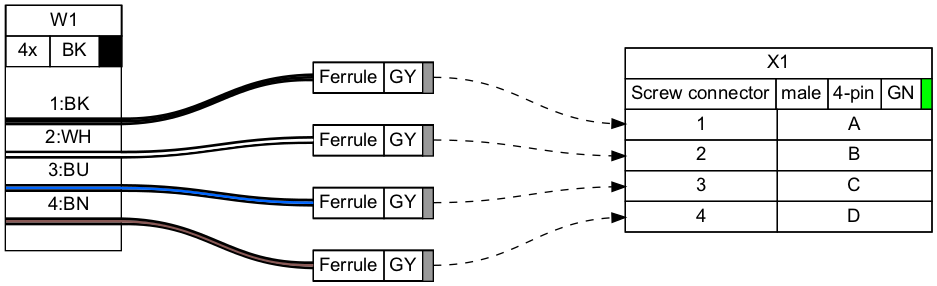
The Graphviz diagram examples/ex11.png in wireviz/WireViz, before a commit. Its source is kept beside it as examples/ex11.gv. The source it was exported from:
```dot
graph {
	graph [bgcolor="#FFFFFF" fontname=arial nodesep=0.33 rankdir=LR ranksep=2]
	node [fillcolor="#FFFFFF" fontname=arial height=0 margin=0 shape=none style=filled width=0]
	edge [fontname=arial style=bold]
	AUTOGENERATED_F_1 [label=<
<table border="0" cellspacing="0" cellpadding="0">
 <tr><td>
  <table border="0" cellspacing="0" cellpadding="3" cellborder="1"><tr>
   <td balign="left">Ferrule</td>
   <td balign="left">GY</td>
   <td balign="left" bgcolor="#999999" width="4"></td>
  </tr></table>
 </td></tr>
</table>
> fillcolor="#FFFFFF" shape=box style=filled]
	AUTOGENERATED_F_2 [label=<
<table border="0" cellspacing="0" cellpadding="0">
 <tr><td>
  <table border="0" cellspacing="0" cellpadding="3" cellborder="1"><tr>
   <td balign="left">Ferrule</td>
   <td balign="left">GY</td>
   <td balign="left" bgcolor="#999999" width="4"></td>
  </tr></table>
 </td></tr>
</table>
> fillcolor="#FFFFFF" shape=box style=filled]
	AUTOGENERATED_F_3 [label=<
<table border="0" cellspacing="0" cellpadding="0">
 <tr><td>
  <table border="0" cellspacing="0" cellpadding="3" cellborder="1"><tr>
   <td balign="left">Ferrule</td>
   <td balign="left">GY</td>
   <td balign="left" bgcolor="#999999" width="4"></td>
  </tr></table>
 </td></tr>
</table>
> fillcolor="#FFFFFF" shape=box style=filled]
	AUTOGENERATED_F_4 [label=<
<table border="0" cellspacing="0" cellpadding="0">
 <tr><td>
  <table border="0" cellspacing="0" cellpadding="3" cellborder="1"><tr>
   <td balign="left">Ferrule</td>
   <td balign="left">GY</td>
   <td balign="left" bgcolor="#999999" width="4"></td>
  </tr></table>
 </td></tr>
</table>
> fillcolor="#FFFFFF" shape=box style=filled]
	X1 [label=<
<table border="0" cellspacing="0" cellpadding="0">
 <tr><td>
  <table border="0" cellspacing="0" cellpadding="3" cellborder="1"><tr>
   <td balign="left">X1</td>
  </tr></table>
 </td></tr>
 <tr><td>
  <table border="0" cellspacing="0" cellpadding="3" cellborder="1"><tr>
   <td balign="left">Screw connector</td>
   <td balign="left">male</td>
   <td balign="left">4-pin</td>
   <td balign="left">GN</td>
   <td balign="left" bgcolor="#00FF00" width="4"></td>
  </tr></table>
 </td></tr>
 <tr><td>
  <table border="0" cellspacing="0" cellpadding="3" cellborder="1">
   <tr>
    <td port="p1l">1</td>
    <td>A</td>
   </tr>
   <tr>
    <td port="p2l">2</td>
    <td>B</td>
   </tr>
   <tr>
    <td port="p3l">3</td>
    <td>C</td>
   </tr>
   <tr>
    <td port="p4l">4</td>
    <td>D</td>
   </tr>
  </table>
 </td></tr>
</table>
> fillcolor="#FFFFFF" shape=box style=filled]
	edge [color="#000000:#000000:#000000"]
	W1:w1:e -- AUTOGENERATED_F_1:w
	edge [color="#000000:#ffffff:#000000"]
	W1:w2:e -- AUTOGENERATED_F_2:w
	edge [color="#000000:#0066ff:#000000"]
	W1:w3:e -- AUTOGENERATED_F_3:w
	edge [color="#000000:#895956:#000000"]
	W1:w4:e -- AUTOGENERATED_F_4:w
	W1 [label=<
<table border="0" cellspacing="0" cellpadding="0">
 <tr><td>
  <table border="0" cellspacing="0" cellpadding="3" cellborder="1"><tr>
   <td balign="left">W1</td>
  </tr></table>
 </td></tr>
 <tr><td>
  <table border="0" cellspacing="0" cellpadding="3" cellborder="1"><tr>
   <td balign="left">4x</td>
   <td balign="left">BK</td>
   <td balign="left" bgcolor="#000000" width="4"></td>
  </tr></table>
 </td></tr>
 <tr><td>
  <table border="0" cellspacing="0" cellborder="0">
   <tr><td>&nbsp;</td></tr>
   <tr>
    <td><!-- 1_in --></td>
    <td>
     1:BK
    </td>
    <td></td>
   </tr>
   <tr>
    <td colspan="3" border="0" cellspacing="0" cellpadding="0" port="w1" height="6">
     <table cellspacing="0" cellborder="0" border="0">
      <tr><td colspan="3" cellpadding="0" height="2" bgcolor="#000000" border="0"></td></tr>
      <tr><td colspan="3" cellpadding="0" height="2" bgcolor="#000000" border="0"></td></tr>
      <tr><td colspan="3" cellpadding="0" height="2" bgcolor="#000000" border="0"></td></tr>
     </table>
    </td>
   </tr>
   <tr>
    <td><!-- 2_in --></td>
    <td>
     2:WH
    </td>
    <td></td>
   </tr>
   <tr>
    <td colspan="3" border="0" cellspacing="0" cellpadding="0" port="w2" height="6">
     <table cellspacing="0" cellborder="0" border="0">
      <tr><td colspan="3" cellpadding="0" height="2" bgcolor="#000000" border="0"></td></tr>
      <tr><td colspan="3" cellpadding="0" height="2" bgcolor="#ffffff" border="0"></td></tr>
      <tr><td colspan="3" cellpadding="0" height="2" bgcolor="#000000" border="0"></td></tr>
     </table>
    </td>
   </tr>
   <tr>
    <td><!-- 3_in --></td>
    <td>
     3:BU
    </td>
    <td></td>
   </tr>
   <tr>
    <td colspan="3" border="0" cellspacing="0" cellpadding="0" port="w3" height="6">
     <table cellspacing="0" cellborder="0" border="0">
      <tr><td colspan="3" cellpadding="0" height="2" bgcolor="#000000" border="0"></td></tr>
      <tr><td colspan="3" cellpadding="0" height="2" bgcolor="#0066ff" border="0"></td></tr>
      <tr><td colspan="3" cellpadding="0" height="2" bgcolor="#000000" border="0"></td></tr>
     </table>
    </td>
   </tr>
   <tr>
    <td><!-- 4_in --></td>
    <td>
     4:BN
    </td>
    <td></td>
   </tr>
   <tr>
    <td colspan="3" border="0" cellspacing="0" cellpadding="0" port="w4" height="6">
     <table cellspacing="0" cellborder="0" border="0">
      <tr><td colspan="3" cellpadding="0" height="2" bgcolor="#000000" border="0"></td></tr>
      <tr><td colspan="3" cellpadding="0" height="2" bgcolor="#895956" border="0"></td></tr>
      <tr><td colspan="3" cellpadding="0" height="2" bgcolor="#000000" border="0"></td></tr>
     </table>
    </td>
   </tr>
   <tr><td>&nbsp;</td></tr>
  </table>
 </td></tr>
</table>
> fillcolor="#FFFFFF" shape=box style=filled]
	edge [color="#000000" dir=forward style=dashed]
	AUTOGENERATED_F_1:e -- X1:p1l:w
	edge [color="#000000" dir=forward style=dashed]
	AUTOGENERATED_F_2:e -- X1:p2l:w
	edge [color="#000000" dir=forward style=dashed]
	AUTOGENERATED_F_3:e -- X1:p3l:w
	edge [color="#000000" dir=forward style=dashed]
	AUTOGENERATED_F_4:e -- X1:p4l:w
}
```
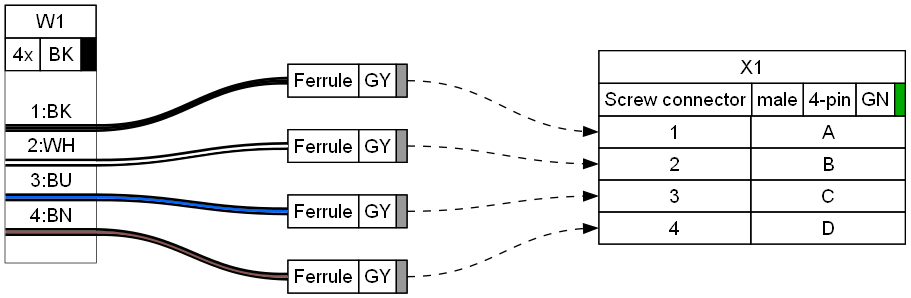
The same diagram one commit later.

Change to the diagram source:
```diff
@@ -3,187 +3,259 @@
 	node [fillcolor="#FFFFFF" fontname=arial height=0 margin=0 shape=none style=filled width=0]
 	edge [fontname=arial style=bold]
 	AUTOGENERATED_F_1 [label=<
-<table border="0" cellspacing="0" cellpadding="0">
- <tr><td>
-  <table border="0" cellspacing="0" cellpadding="3" cellborder="1"><tr>
-   <td balign="left">Ferrule</td>
-   <td balign="left">GY</td>
-   <td balign="left" bgcolor="#999999" width="4"></td>
-  </tr></table>
- </td></tr>
+<table border="0" cellspacing="0" cellpadding="0" port="p1r" bgcolor="#FFFFFF">
+ <tr>
+  <td port="p1l">
+   <table border="0" cellborder="1" cellpadding="3" cellspacing="0">
+    <tr>
+     <td>Ferrule</td>
+     <td>GY</td>
+     <td bgcolor="#999999" sides="TBLR"></td>
+    </tr>
+   </table>
+  </td>
+ </tr>
 </table>
-> fillcolor="#FFFFFF" shape=box style=filled]
+> shape=box style=filled]
 	AUTOGENERATED_F_2 [label=<
-<table border="0" cellspacing="0" cellpadding="0">
- <tr><td>
-  <table border="0" cellspacing="0" cellpadding="3" cellborder="1"><tr>
-   <td balign="left">Ferrule</td>
-   <td balign="left">GY</td>
-   <td balign="left" bgcolor="#999999" width="4"></td>
-  </tr></table>
- </td></tr>
+<table border="0" cellspacing="0" cellpadding="0" port="p1r" bgcolor="#FFFFFF">
+ <tr>
+  <td port="p1l">
+   <table border="0" cellborder="1" cellpadding="3" cellspacing="0">
+    <tr>
+     <td>Ferrule</td>
+     <td>GY</td>
+     <td bgcolor="#999999" sides="TBLR"></td>
+    </tr>
+   </table>
+  </td>
+ </tr>
 </table>
-> fillcolor="#FFFFFF" shape=box style=filled]
+> shape=box style=filled]
 	AUTOGENERATED_F_3 [label=<
-<table border="0" cellspacing="0" cellpadding="0">
- <tr><td>
-  <table border="0" cellspacing="0" cellpadding="3" cellborder="1"><tr>
-   <td balign="left">Ferrule</td>
-   <td balign="left">GY</td>
-   <td balign="left" bgcolor="#999999" width="4"></td>
-  </tr></table>
- </td></tr>
+<table border="0" cellspacing="0" cellpadding="0" port="p1r" bgcolor="#FFFFFF">
+ <tr>
+  <td port="p1l">
+   <table border="0" cellborder="1" cellpadding="3" cellspacing="0">
+    <tr>
+     <td>Ferrule</td>
+     <td>GY</td>
+     <td bgcolor="#999999" sides="TBLR"></td>
+    </tr>
+   </table>
+  </td>
+ </tr>
 </table>
-> fillcolor="#FFFFFF" shape=box style=filled]
+> shape=box style=filled]
 	AUTOGENERATED_F_4 [label=<
-<table border="0" cellspacing="0" cellpadding="0">
- <tr><td>
-  <table border="0" cellspacing="0" cellpadding="3" cellborder="1"><tr>
-   <td balign="left">Ferrule</td>
-   <td balign="left">GY</td>
-   <td balign="left" bgcolor="#999999" width="4"></td>
-  </tr></table>
- </td></tr>
+<table border="0" cellspacing="0" cellpadding="0" port="p1r" bgcolor="#FFFFFF">
+ <tr>
+  <td port="p1l">
+   <table border="0" cellborder="1" cellpadding="3" cellspacing="0">
+    <tr>
+     <td>Ferrule</td>
+     <td>GY</td>
+     <td bgcolor="#999999" sides="TBLR"></td>
+    </tr>
+   </table>
+  </td>
+ </tr>
 </table>
-> fillcolor="#FFFFFF" shape=box style=filled]
+> shape=box style=filled]
 	X1 [label=<
-<table border="0" cellspacing="0" cellpadding="0">
- <tr><td>
-  <table border="0" cellspacing="0" cellpadding="3" cellborder="1"><tr>
-   <td balign="left">X1</td>
-  </tr></table>
- </td></tr>
- <tr><td>
-  <table border="0" cellspacing="0" cellpadding="3" cellborder="1"><tr>
-   <td balign="left">Screw connector</td>
-   <td balign="left">male</td>
-   <td balign="left">4-pin</td>
-   <td balign="left">GN</td>
-   <td balign="left" bgcolor="#00FF00" width="4"></td>
-  </tr></table>
- </td></tr>
- <tr><td>
-  <table border="0" cellspacing="0" cellpadding="3" cellborder="1">
-   <tr>
-    <td port="p1l">1</td>
-    <td>A</td>
-   </tr>
-   <tr>
-    <td port="p2l">2</td>
-    <td>B</td>
-   </tr>
-   <tr>
-    <td port="p3l">3</td>
-    <td>C</td>
-   </tr>
-   <tr>
-    <td port="p4l">4</td>
-    <td>D</td>
-   </tr>
-  </table>
- </td></tr>
+<table border="0" cellspacing="0" cellpadding="0" bgcolor="#FFFFFF">
+ <tr>
+  <td>
+   <table border="0" cellborder="1" cellpadding="3" cellspacing="0">
+    <tr>
+     <td>X1</td>
+    </tr>
+   </table>
+  </td>
+ </tr>
+ <tr>
+  <td>
+   <table border="0" cellborder="1" cellpadding="3" cellspacing="0">
+    <tr>
+     <td>Screw connector</td>
+     <td>male</td>
+     <td>4-pin</td>
+     <td>GN</td>
+     <td bgcolor="#00AA00" sides="TBLR"></td>
+    </tr>
+   </table>
+  </td>
+ </tr>
+ <tr>
+  <td>
+   <table border="0" cellborder="1" cellpadding="3" cellspacing="0">
+    <tr>
+     <td port="p1l">1</td>
+     <td>A</td>
+     []
+    </tr>
+    <tr>
+     <td port="p2l">2</td>
+     <td>B</td>
+     []
+    </tr>
+    <tr>
+     <td port="p3l">3</td>
+     <td>C</td>
+     []
+    </tr>
+    <tr>
+     <td port="p4l">4</td>
+     <td>D</td>
+     []
+    </tr>
+   </table>
+  </td>
+ </tr>
 </table>
-> fillcolor="#FFFFFF" shape=box style=filled]
+> shape=box style=filled]
+	W1 [label=<
+<table border="0" cellspacing="0" cellpadding="0" bgcolor="#FFFFFF">
+ <tr>
+  <td>
+   <table border="0" cellborder="1" cellpadding="3" cellspacing="0">
+    <tr>
+     <td>W1</td>
+    </tr>
+   </table>
+  </td>
+ </tr>
+ <tr>
+  <td>
+   <table border="0" cellborder="1" cellpadding="3" cellspacing="0">
+    <tr>
+     <td>4x</td>
+     <td>BK</td>
+     <td bgcolor="#000000" sides="TBLR"></td>
+    </tr>
+   </table>
+  </td>
+ </tr>
+ <tr>
+  <td>
+   <table border="0" cellborder="0" cellspacing="0">
+    <tr>
+     <td>&nbsp;</td>
+    </tr>
+    <tr>
+     <td align="left"> </td>
+     <td> </td>
+     <td>1:BK</td>
+     <td> </td>
+     <td align="right"> </td>
+    </tr>
+    <tr>
+     <td border="0" cellspacing="0" cellpadding="0" colspan="5" height="6" port="w1">
+      <table border="0" cellborder="0" cellspacing="0">
+       <tr>
+        <td bgcolor="#FFFFFF" border="0" cellpadding="0" colspan="5" height="2"></td>
+       </tr>
+       <tr>
+        <td bgcolor="#FFFFFF" border="0" cellpadding="0" colspan="5" height="2"></td>
+       </tr>
+       <tr>
+        <td bgcolor="#FFFFFF" border="0" cellpadding="0" colspan="5" height="2"></td>
+       </tr>
+      </table>
+     </td>
+    </tr>
+    <tr>
+     <td align="left"> </td>
+     <td> </td>
+     <td>2:WH</td>
+     <td> </td>
+     <td align="right"> </td>
+    </tr>
+    <tr>
+     <td border="0" cellspacing="0" cellpadding="0" colspan="5" height="6" port="w2">
+      <table border="0" cellborder="0" cellspacing="0">
+       <tr>
+        <td bgcolor="#FFFFFF" border="0" cellpadding="0" colspan="5" height="2"></td>
+       </tr>
+       <tr>
+        <td bgcolor="#FFFFFF" border="0" cellpadding="0" colspan="5" height="2"></td>
+       </tr>
+       <tr>
+        <td bgcolor="#FFFFFF" border="0" cellpadding="0" colspan="5" height="2"></td>
+       </tr>
+      </table>
+     </td>
+    </tr>
+    <tr>
+     <td align="left"> </td>
+     <td> </td>
+     <td>3:BU</td>
+     <td> </td>
+     <td align="right"> </td>
+    </tr>
+    <tr>
+     <td border="0" cellspacing="0" cellpadding="0" colspan="5" height="6" port="w3">
+      <table border="0" cellborder="0" cellspacing="0">
+       <tr>
+        <td bgcolor="#FFFFFF" border="0" cellpadding="0" colspan="5" height="2"></td>
+       </tr>
+       <tr>
+        <td bgcolor="#FFFFFF" border="0" cellpadding="0" colspan="5" height="2"></td>
+       </tr>
+       <tr>
+        <td bgcolor="#FFFFFF" border="0" cellpadding="0" colspan="5" height="2"></td>
+       </tr>
+      </table>
+     </td>
+    </tr>
+    <tr>
+     <td align="left"> </td>
+     <td> </td>
+     <td>4:BN</td>
+     <td> </td>
+     <td align="right"> </td>
+    </tr>
+    <tr>
+     <td border="0" cellspacing="0" cellpadding="0" colspan="5" height="6" port="w4">
+      <table border="0" cellborder="0" cellspacing="0">
+       <tr>
+        <td bgcolor="#FFFFFF" border="0" cellpadding="0" colspan="5" height="2"></td>
+       </tr>
+       <tr>
+        <td bgcolor="#FFFFFF" border="0" cellpadding="0" colspan="5" height="2"></td>
+       </tr>
+       <tr>
+        <td bgcolor="#FFFFFF" border="0" cellpadding="0" colspan="5" height="2"></td>
+       </tr>
+      </table>
+     </td>
+    </tr>
+    <tr>
+     <td>&nbsp;</td>
+    </tr>
+   </table>
+  </td>
+ </tr>
+</table>
+> shape=box style=filled]
 	edge [color="#000000:#000000:#000000"]
 	W1:w1:e -- AUTOGENERATED_F_1:w
-	edge [color="#000000:#ffffff:#000000"]
+	edge [color="#000000:#FFFFFF:#000000"]
 	W1:w2:e -- AUTOGENERATED_F_2:w
-	edge [color="#000000:#0066ff:#000000"]
+	edge [color="#000000:#0066FF:#000000"]
 	W1:w3:e -- AUTOGENERATED_F_3:w
 	edge [color="#000000:#895956:#000000"]
 	W1:w4:e -- AUTOGENERATED_F_4:w
-	W1 [label=<
-<table border="0" cellspacing="0" cellpadding="0">
- <tr><td>
-  <table border="0" cellspacing="0" cellpadding="3" cellborder="1"><tr>
-   <td balign="left">W1</td>
-  </tr></table>
- </td></tr>
- <tr><td>
-  <table border="0" cellspacing="0" cellpadding="3" cellborder="1"><tr>
-   <td balign="left">4x</td>
-   <td balign="left">BK</td>
-   <td balign="left" bgcolor="#000000" width="4"></td>
-  </tr></table>
- </td></tr>
- <tr><td>
-  <table border="0" cellspacing="0" cellborder="0">
-   <tr><td>&nbsp;</td></tr>
-   <tr>
-    <td><!-- 1_in --></td>
-    <td>
-     1:BK
-    </td>
-    <td></td>
-   </tr>
-   <tr>
-    <td colspan="3" border="0" cellspacing="0" cellpadding="0" port="w1" height="6">
-     <table cellspacing="0" cellborder="0" border="0">
-      <tr><td colspan="3" cellpadding="0" height="2" bgcolor="#000000" border="0"></td></tr>
-      <tr><td colspan="3" cellpadding="0" height="2" bgcolor="#000000" border="0"></td></tr>
-      <tr><td colspan="3" cellpadding="0" height="2" bgcolor="#000000" border="0"></td></tr>
-     </table>
-    </td>
-   </tr>
-   <tr>
-    <td><!-- 2_in --></td>
-    <td>
-     2:WH
-    </td>
-    <td></td>
-   </tr>
-   <tr>
-    <td colspan="3" border="0" cellspacing="0" cellpadding="0" port="w2" height="6">
-     <table cellspacing="0" cellborder="0" border="0">
-      <tr><td colspan="3" cellpadding="0" height="2" bgcolor="#000000" border="0"></td></tr>
-      <tr><td colspan="3" cellpadding="0" height="2" bgcolor="#ffffff" border="0"></td></tr>
-      <tr><td colspan="3" cellpadding="0" height="2" bgcolor="#000000" border="0"></td></tr>
-     </table>
-    </td>
-   </tr>
-   <tr>
-    <td><!-- 3_in --></td>
-    <td>
-     3:BU
-    </td>
-    <td></td>
-   </tr>
-   <tr>
-    <td colspan="3" border="0" cellspacing="0" cellpadding="0" port="w3" height="6">
-     <table cellspacing="0" cellborder="0" border="0">
-      <tr><td colspan="3" cellpadding="0" height="2" bgcolor="#000000" border="0"></td></tr>
-      <tr><td colspan="3" cellpadding="0" height="2" bgcolor="#0066ff" border="0"></td></tr>
-      <tr><td colspan="3" cellpadding="0" height="2" bgcolor="#000000" border="0"></td></tr>
-     </table>
-    </td>
-   </tr>
-   <tr>
-    <td><!-- 4_in --></td>
-    <td>
-     4:BN
-    </td>
-    <td></td>
-   </tr>
-   <tr>
-    <td colspan="3" border="0" cellspacing="0" cellpadding="0" port="w4" height="6">
-     <table cellspacing="0" cellborder="0" border="0">
-      <tr><td colspan="3" cellpadding="0" height="2" bgcolor="#000000" border="0"></td></tr>
-      <tr><td colspan="3" cellpadding="0" height="2" bgcolor="#895956" border="0"></td></tr>
-      <tr><td colspan="3" cellpadding="0" height="2" bgcolor="#000000" border="0"></td></tr>
-     </table>
-    </td>
-   </tr>
-   <tr><td>&nbsp;</td></tr>
-  </table>
- </td></tr>
-</table>
-> fillcolor="#FFFFFF" shape=box style=filled]
+	W1:w1:e -- W1:w1:w [color="#000000:#000000:#000000" straight=straight]
+	W1:w2:e -- W1:w2:w [color="#000000:#FFFFFF:#000000" straight=straight]
+	W1:w3:e -- W1:w3:w [color="#000000:#0066FF:#000000" straight=straight]
+	W1:w4:e -- W1:w4:w [color="#000000:#895956:#000000" straight=straight]
 	edge [color="#000000" dir=forward style=dashed]
-	AUTOGENERATED_F_1:e -- X1:p1l:w
+	AUTOGENERATED_F_1:p1r:e -- X1:p1l:w
 	edge [color="#000000" dir=forward style=dashed]
-	AUTOGENERATED_F_2:e -- X1:p2l:w
+	AUTOGENERATED_F_2:p1r:e -- X1:p2l:w
 	edge [color="#000000" dir=forward style=dashed]
-	AUTOGENERATED_F_3:e -- X1:p3l:w
+	AUTOGENERATED_F_3:p1r:e -- X1:p3l:w
 	edge [color="#000000" dir=forward style=dashed]
-	AUTOGENERATED_F_4:e -- X1:p4l:w
+	AUTOGENERATED_F_4:p1r:e -- X1:p4l:w
 }
```
